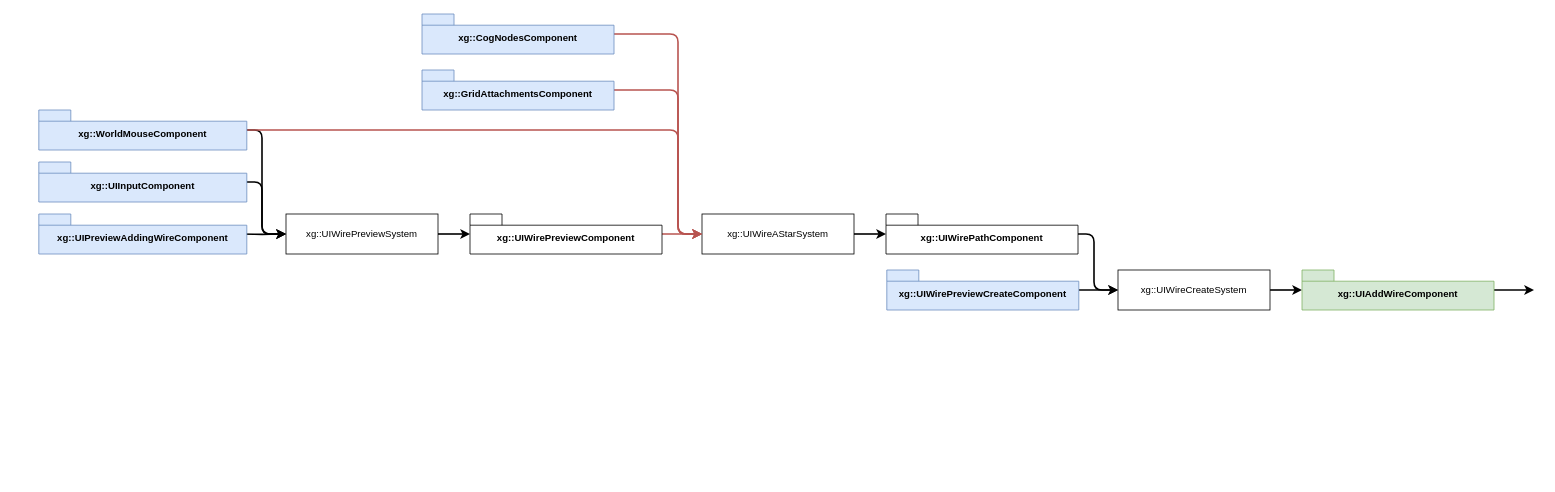
djfooks-kl/breadboard keeps this draw.io diagram as design/preview-wires.drawio. Above is the earlier version. Source tidied: cells renumbered, new cells numbered last; positions are measured from the earlier drawing's top-left corner, leaving out a move shared by most shapes. Both pictures are drawn from the tidied source at 80%, with x=0, y=0 at pixel (38, 14).
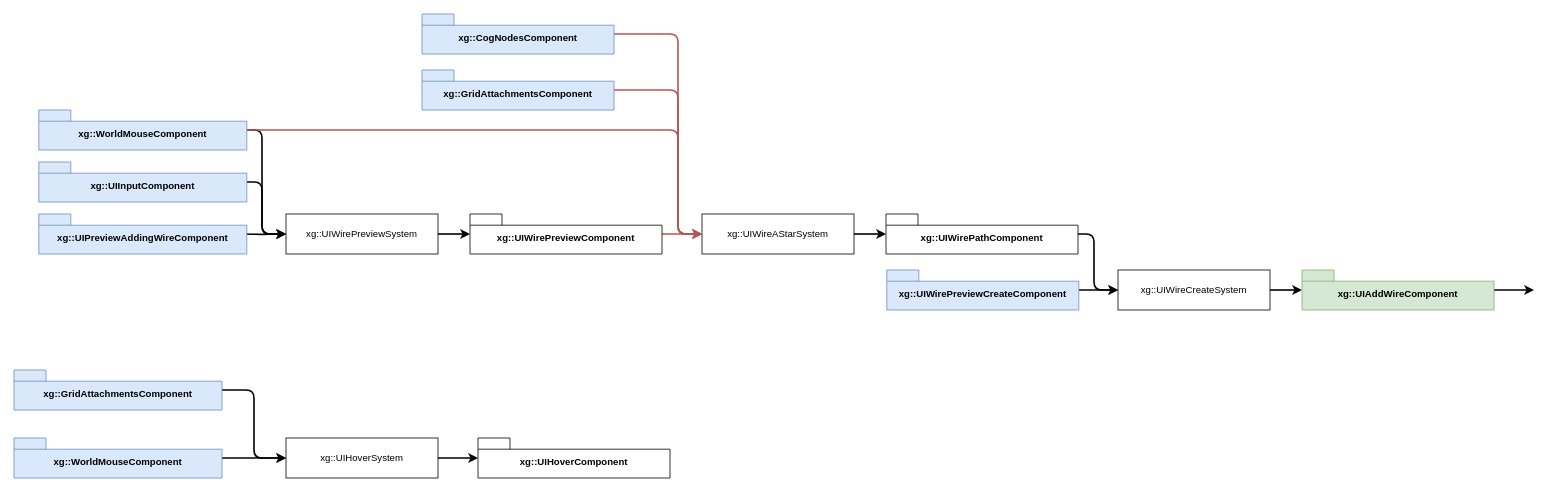
Above is the later version.

Commit message:
Updated wires DFD

Diff of the diagram source:
```diff
@@
+    <mxCell id="27" style="edgeStyle=orthogonalEdgeStyle;shape=connector;curved=0;rounded=1;jettySize=auto;html=1;strokeColor=default;strokeWidth=2;align=center;verticalAlign=middle;fontFamily=Helvetica;fontSize=11;fontColor=default;labelBackgroundColor=default;endArrow=classic;" parent="1" edge="1" source="28" target="33">
+      <mxGeometry relative="1" as="geometry" />
+    </mxCell>
+    <mxCell id="28" value="xg::UIHoverSystem" style="html=1;whiteSpace=wrap;" parent="1" vertex="1">
+      <mxGeometry x="309" y="530" width="190" height="50" as="geometry" />
+    </mxCell>
+    <mxCell id="29" style="edgeStyle=orthogonalEdgeStyle;shape=connector;curved=0;rounded=1;jettySize=auto;html=1;strokeColor=default;strokeWidth=2;align=center;verticalAlign=middle;fontFamily=Helvetica;fontSize=11;fontColor=default;labelBackgroundColor=default;endArrow=classic;" parent="1" edge="1" source="30" target="28">
+      <mxGeometry relative="1" as="geometry" />
+    </mxCell>
+    <mxCell id="30" value="xg::WorldMouseComponent" style="shape=folder;fontStyle=1;spacingTop=10;tabWidth=40;tabHeight=14;tabPosition=left;html=1;whiteSpace=wrap;fillColor=#dae8fc;strokeColor=#6c8ebf;" parent="1" vertex="1">
+      <mxGeometry x="-31" y="530" width="260" height="50" as="geometry" />
+    </mxCell>
+    <mxCell id="31" style="edgeStyle=orthogonalEdgeStyle;shape=connector;curved=0;rounded=1;jettySize=auto;html=1;strokeColor=default;strokeWidth=2;align=center;verticalAlign=middle;fontFamily=Helvetica;fontSize=11;fontColor=default;labelBackgroundColor=default;endArrow=classic;" parent="1" edge="1" source="32" target="28">
+      <mxGeometry relative="1" as="geometry">
+        <Array as="points">
+          <mxPoint x="269" y="470" />
+          <mxPoint x="269" y="555" />
+        </Array>
+      </mxGeometry>
+    </mxCell>
+    <mxCell id="32" value="xg::GridAttachmentsComponent" style="shape=folder;fontStyle=1;spacingTop=10;tabWidth=40;tabHeight=14;tabPosition=left;html=1;whiteSpace=wrap;fillColor=#dae8fc;strokeColor=#6c8ebf;" parent="1" vertex="1">
+      <mxGeometry x="-31" y="445" width="260" height="50" as="geometry" />
+    </mxCell>
+    <mxCell id="33" value="xg::UIHoverComponent" style="shape=folder;fontStyle=1;spacingTop=10;tabWidth=40;tabHeight=14;tabPosition=left;html=1;whiteSpace=wrap;" parent="1" vertex="1">
+      <mxGeometry x="549" y="530" width="240" height="50" as="geometry" />
+    </mxCell>
```
